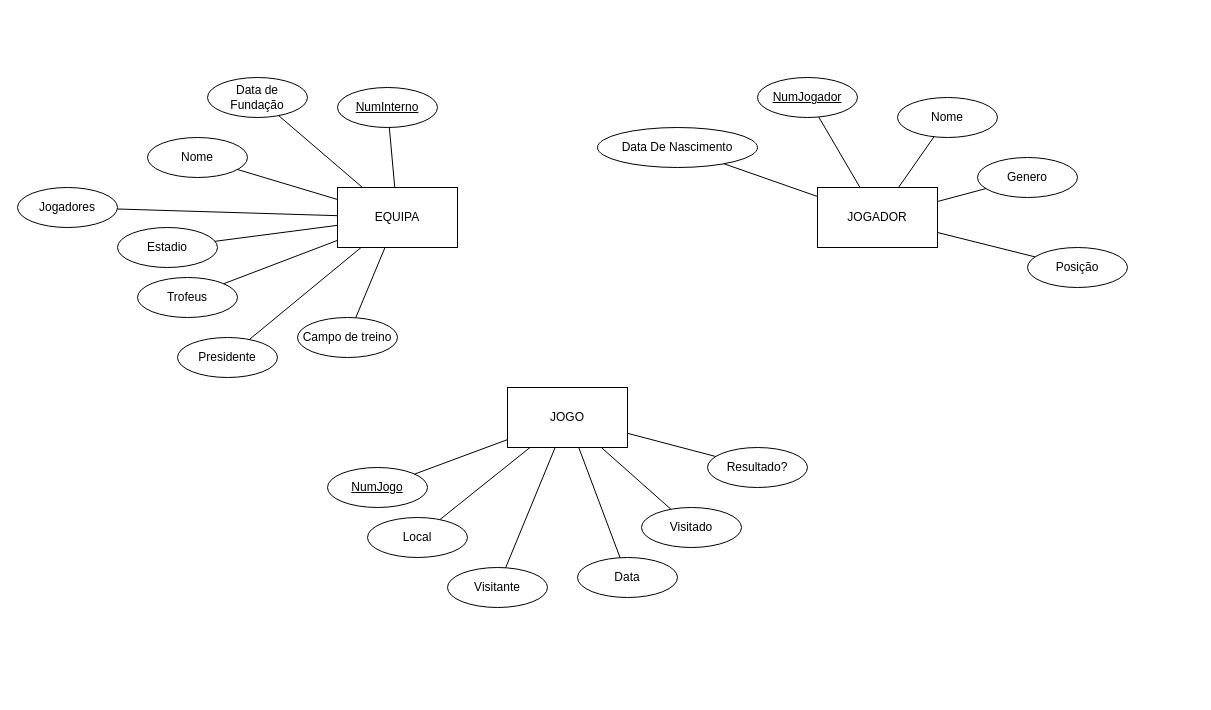
Before: Aula23.drawio in danymota1P/Diagrama, a draw.io diagram. Source tidied: cells renumbered, new cells numbered last; positions are measured from the earlier drawing's top-left corner, leaving out a move shared by most shapes. Both pictures are drawn from the tidied source at 100%, with x=0, y=0 at pixel (17, 77).
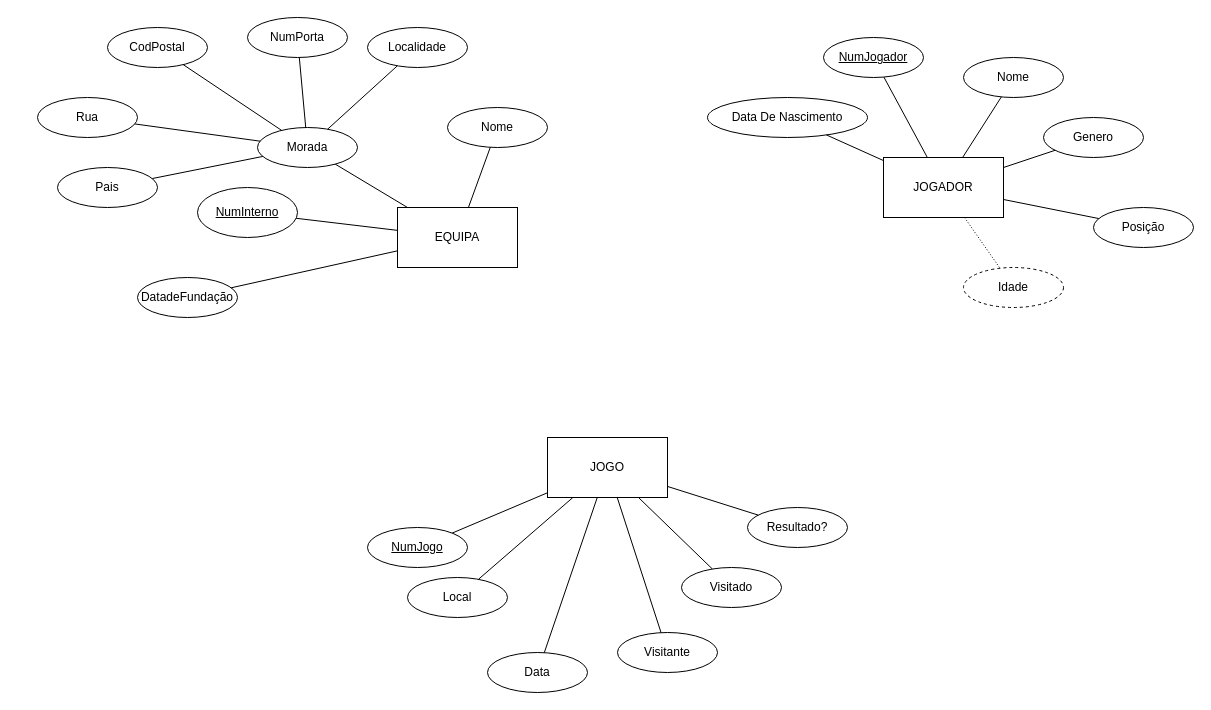
The same diagram, later.

Diff of the diagram source:
```diff
@@
     <mxCell id="2" value="EQUIPA" style="rounded=0;whiteSpace=wrap;html=1;" parent="1" vertex="1">
-      <mxGeometry x="320" y="110" width="120" height="60" as="geometry" />
+      <mxGeometry x="380" y="130" width="120" height="60" as="geometry" />
     </mxCell>
     <mxCell id="3" value="JOGADOR" style="rounded=0;whiteSpace=wrap;html=1;" parent="1" vertex="1">
-      <mxGeometry x="800" y="110" width="120" height="60" as="geometry" />
+      <mxGeometry x="866" y="80" width="120" height="60" as="geometry" />
     </mxCell>
     <mxCell id="4" value="JOGO" style="rounded=0;whiteSpace=wrap;html=1;" parent="1" vertex="1">
-      <mxGeometry x="490" y="310" width="120" height="60" as="geometry" />
+      <mxGeometry x="530" y="360" width="120" height="60" as="geometry" />
     </mxCell>
     <mxCell id="5" value="Data" style="ellipse;whiteSpace=wrap;html=1;align=center;" parent="1" vertex="1">
-      <mxGeometry x="560" y="480" width="100" height="40" as="geometry" />
+      <mxGeometry x="470" y="575" width="100" height="40" as="geometry" />
     </mxCell>
     <mxCell id="6" value="Resultado?" style="ellipse;whiteSpace=wrap;html=1;align=center;" parent="1" vertex="1">
-      <mxGeometry x="690" y="370" width="100" height="40" as="geometry" />
+      <mxGeometry x="730" y="430" width="100" height="40" as="geometry" />
     </mxCell>
@@
-    <mxCell id="10" value="Data de Fundação" style="ellipse;whiteSpace=wrap;html=1;align=center;" parent="1" vertex="1">
-      <mxGeometry x="190" width="100" height="40" as="geometry" />
+    <mxCell id="10" value="DatadeFundação" style="ellipse;whiteSpace=wrap;html=1;align=center;" parent="1" vertex="1">
+      <mxGeometry x="120" y="200" width="100" height="40" as="geometry" />
     </mxCell>
-    <mxCell id="11" value="Jogadores" style="ellipse;whiteSpace=wrap;html=1;align=center;" parent="1" vertex="1">
-      <mxGeometry y="110" width="100" height="40" as="geometry" />
-    </mxCell>
-    <mxCell id="12" value="Estadio" style="ellipse;whiteSpace=wrap;html=1;align=center;" parent="1" vertex="1">
-      <mxGeometry x="100" y="150" width="100" height="40" as="geometry" />
-    </mxCell>
-    <mxCell id="13" value="Presidente" style="ellipse;whiteSpace=wrap;html=1;align=center;" parent="1" vertex="1">
-      <mxGeometry x="160" y="260" width="100" height="40" as="geometry" />
-    </mxCell>
-    <mxCell id="14" value="Campo de treino" style="ellipse;whiteSpace=wrap;html=1;align=center;" parent="1" vertex="1">
-      <mxGeometry x="280" y="240" width="100" height="40" as="geometry" />
+    <mxCell id="14" value="Morada" style="ellipse;whiteSpace=wrap;html=1;align=center;" parent="1" vertex="1">
+      <mxGeometry x="240" y="50" width="100" height="40" as="geometry" />
     </mxCell>
-    <mxCell id="15" value="Trofeus" style="ellipse;whiteSpace=wrap;html=1;align=center;" parent="1" vertex="1">
-      <mxGeometry x="120" y="200" width="100" height="40" as="geometry" />
-    </mxCell>
     <mxCell id="16" value="Local" style="ellipse;whiteSpace=wrap;html=1;align=center;" parent="1" vertex="1">
-      <mxGeometry x="350" y="440" width="100" height="40" as="geometry" />
+      <mxGeometry x="390" y="500" width="100" height="40" as="geometry" />
     </mxCell>
     <mxCell id="17" value="Visitante" style="ellipse;whiteSpace=wrap;html=1;align=center;" parent="1" vertex="1">
-      <mxGeometry x="430" y="490" width="100" height="40" as="geometry" />
+      <mxGeometry x="600" y="555" width="100" height="40" as="geometry" />
     </mxCell>
@@
     <mxCell id="19" value="Visitado" style="ellipse;whiteSpace=wrap;html=1;align=center;" parent="1" vertex="1">
-      <mxGeometry x="624" y="430" width="100" height="40" as="geometry" />
+      <mxGeometry x="664" y="490" width="100" height="40" as="geometry" />
     </mxCell>
@@
     <mxCell id="21" value="NumJogo" style="ellipse;whiteSpace=wrap;html=1;align=center;fontStyle=4;" parent="1" vertex="1">
-      <mxGeometry x="310" y="390" width="100" height="40" as="geometry" />
+      <mxGeometry x="350" y="450" width="100" height="40" as="geometry" />
     </mxCell>
@@
     <mxCell id="23" value="Nome" style="ellipse;whiteSpace=wrap;html=1;align=center;" parent="1" vertex="1">
-      <mxGeometry x="130" y="60" width="100" height="40" as="geometry" />
+      <mxGeometry x="430" y="30" width="100" height="40" as="geometry" />
     </mxCell>
     <mxCell id="24" value="NumInterno" style="ellipse;whiteSpace=wrap;html=1;align=center;fontStyle=4;" parent="1" vertex="1">
-      <mxGeometry x="320" y="10" width="100" height="40" as="geometry" />
+      <mxGeometry x="180" y="110" width="100" height="50" as="geometry" />
     </mxCell>
@@
-    <mxCell id="27" style="endArrow=none;html=1;rounded=0;" parent="1" edge="1" source="2" target="11">
+    <mxCell id="27" style="endArrow=none;html=1;rounded=0;" parent="1" edge="1" source="14" target="49">
       <mxGeometry relative="1" as="geometry" />
     </mxCell>
-    <mxCell id="28" style="endArrow=none;html=1;rounded=0;" parent="1" edge="1" source="2" target="12">
+    <mxCell id="28" style="endArrow=none;html=1;rounded=0;" parent="1" edge="1" source="14" target="45">
       <mxGeometry relative="1" as="geometry" />
     </mxCell>
-    <mxCell id="29" style="endArrow=none;html=1;rounded=0;" parent="1" edge="1" source="2" target="15">
+    <mxCell id="29" style="endArrow=none;html=1;rounded=0;" parent="1" edge="1" source="14" target="47">
       <mxGeometry relative="1" as="geometry" />
     </mxCell>
-    <mxCell id="30" style="endArrow=none;html=1;rounded=0;" parent="1" edge="1" source="2" target="13">
+    <mxCell id="30" style="endArrow=none;html=1;rounded=0;" parent="1" edge="1" source="14" target="46">
       <mxGeometry relative="1" as="geometry" />
     </mxCell>
@@
     <mxCell id="33" value="NumJogador" style="ellipse;whiteSpace=wrap;html=1;align=center;fontStyle=4;" parent="1" vertex="1">
-      <mxGeometry x="740" width="100" height="40" as="geometry" />
+      <mxGeometry x="806" y="-40" width="100" height="40" as="geometry" />
     </mxCell>
     <mxCell id="34" value="Nome" style="ellipse;whiteSpace=wrap;html=1;align=center;" parent="1" vertex="1">
-      <mxGeometry x="880" y="20" width="100" height="40" as="geometry" />
+      <mxGeometry x="946" y="-20" width="100" height="40" as="geometry" />
     </mxCell>
     <mxCell id="35" value="Data De Nascimento" style="ellipse;whiteSpace=wrap;html=1;align=center;" parent="1" vertex="1">
-      <mxGeometry x="580" y="50" width="160" height="40" as="geometry" />
+      <mxGeometry x="690" y="20" width="160" height="40" as="geometry" />
     </mxCell>
     <mxCell id="36" value="Genero" style="ellipse;whiteSpace=wrap;html=1;align=center;" parent="1" vertex="1">
-      <mxGeometry x="960" y="80" width="100" height="40" as="geometry" />
+      <mxGeometry x="1026" y="40" width="100" height="40" as="geometry" />
     </mxCell>
     <mxCell id="37" value="Posição" style="ellipse;whiteSpace=wrap;html=1;align=center;" parent="1" vertex="1">
-      <mxGeometry x="1010" y="170" width="100" height="40" as="geometry" />
+      <mxGeometry x="1076" y="130" width="100" height="40" as="geometry" />
     </mxCell>
@@
+    <mxCell id="43" value="Idade" style="ellipse;whiteSpace=wrap;html=1;align=center;dashed=1;" parent="1" vertex="1">
+      <mxGeometry x="946" y="190" width="100" height="40" as="geometry" />
+    </mxCell>
+    <mxCell id="44" style="endArrow=none;html=1;rounded=0;dashed=1;dashPattern=1 2;" parent="1" edge="1" source="3" target="43">
+      <mxGeometry relative="1" as="geometry" />
+    </mxCell>
+    <mxCell id="45" value="Rua" style="ellipse;whiteSpace=wrap;html=1;align=center;" parent="1" vertex="1">
+      <mxGeometry x="20" y="20" width="100" height="40" as="geometry" />
+    </mxCell>
+    <mxCell id="46" value="NumPorta" style="ellipse;whiteSpace=wrap;html=1;align=center;" parent="1" vertex="1">
+      <mxGeometry x="230" y="-60" width="100" height="40" as="geometry" />
+    </mxCell>
+    <mxCell id="47" value="CodPostal" style="ellipse;whiteSpace=wrap;html=1;align=center;" parent="1" vertex="1">
+      <mxGeometry x="90" y="-50" width="100" height="40" as="geometry" />
+    </mxCell>
+    <mxCell id="48" value="Localidade" style="ellipse;whiteSpace=wrap;html=1;align=center;" parent="1" vertex="1">
+      <mxGeometry x="350" y="-50" width="100" height="40" as="geometry" />
+    </mxCell>
+    <mxCell id="49" value="Pais" style="ellipse;whiteSpace=wrap;html=1;align=center;" parent="1" vertex="1">
+      <mxGeometry x="40" y="90" width="100" height="40" as="geometry" />
+    </mxCell>
+    <mxCell id="50" style="endArrow=none;html=1;rounded=0;" parent="1" edge="1" source="14" target="48">
+      <mxGeometry relative="1" as="geometry" />
+    </mxCell>
```
